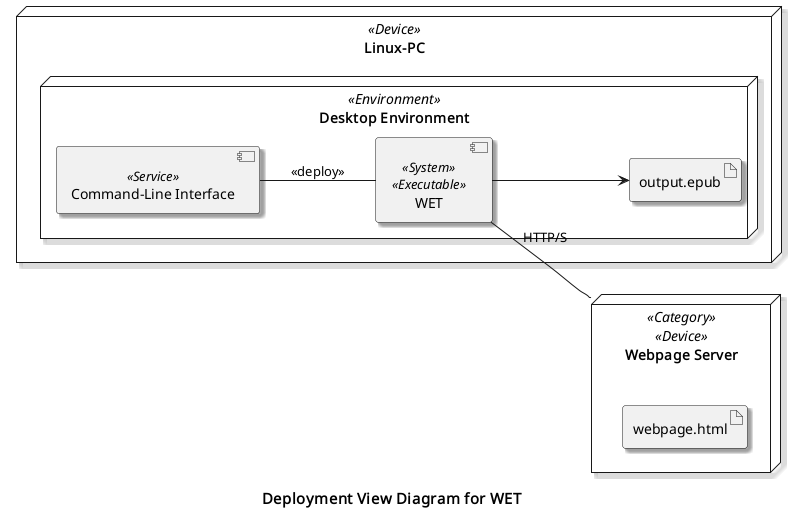
AlAl45643/WebtoEpubwithTor keeps this PlantUML diagram as documents/B-7.png. Above is the earlier version. Source of this version:
```plantuml
@startuml
  skinparam shadowing true
  skinparam defaulttextalignment center
  skinparam componentstereotypefontsize 13
  skinparam footerfontsize 15
  skinparam footerFontColor black
  skinparam folderstereotypefontsize 13

  left to right direction
  node "Linux-PC" as hwd <<Device>>  {

  node "Desktop Environment" as env <<Environment>> {

  component "Command-Line Interface" as comm <<Service>>

  component "WET" as wet <<System>> <<Executable>>

  artifact "output.epub" as epub


  }
  }

  node "Webpage Server" as web <<Category>> <<Device>>  {
  artifact "webpage.html" as page
  }

  wet -- web : HTTP/S

  wet --> epub

  comm -- wet : <<deploy>>


center footer "**Deployment View Diagram for WET**"
@enduml
```
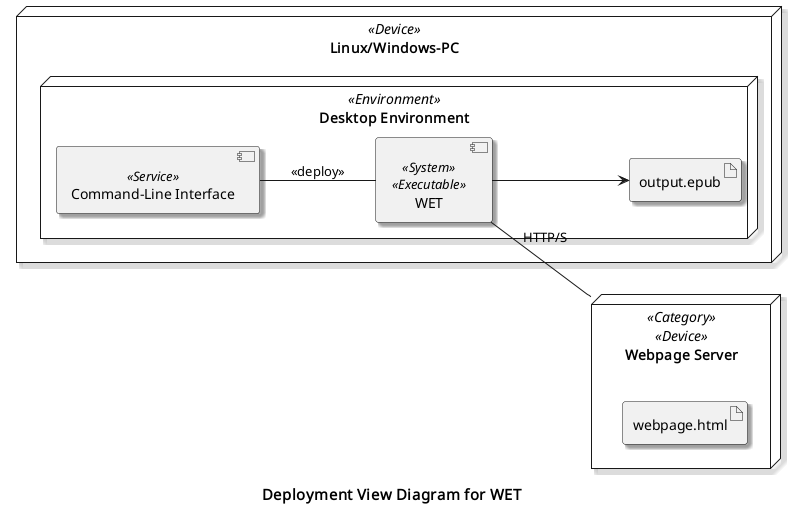
Later version of the same file.

The edit, as a diff of the source:
```diff
@@ -1,35 +1,35 @@
 @startuml
-  skinparam shadowing true
-  skinparam defaulttextalignment center
-  skinparam componentstereotypefontsize 13
-  skinparam footerfontsize 15
-  skinparam footerFontColor black
-  skinparam folderstereotypefontsize 13
+skinparam shadowing true
+skinparam defaulttextalignment center
+skinparam componentstereotypefontsize 13
+skinparam footerfontsize 15
+skinparam footerFontColor black
+skinparam folderstereotypefontsize 13
 
-  left to right direction
-  node "Linux-PC" as hwd <<Device>>  {
+left to right direction
+node "Linux/Windows-PC" as hwd <<Device>>  {
 
-  node "Desktop Environment" as env <<Environment>> {
+        node "Desktop Environment" as env <<Environment>> {
 
-  component "Command-Line Interface" as comm <<Service>>
+                component "Command-Line Interface" as comm <<Service>>
 
-  component "WET" as wet <<System>> <<Executable>>
+                component "WET" as wet <<System>> <<Executable>>
 
-  artifact "output.epub" as epub
+                artifact "output.epub" as epub
 
 
-  }
-  }
+        }
+}
 
-  node "Webpage Server" as web <<Category>> <<Device>>  {
-  artifact "webpage.html" as page
-  }
+node "Webpage Server" as web <<Category>> <<Device>>  {
+        artifact "webpage.html" as page
+}
 
-  wet -- web : HTTP/S
+wet -- web : HTTP/S
 
-  wet --> epub
+wet --> epub
 
-  comm -- wet : <<deploy>>
+comm -- wet : <<deploy>>
 
 
 center footer "**Deployment View Diagram for WET**"
```
